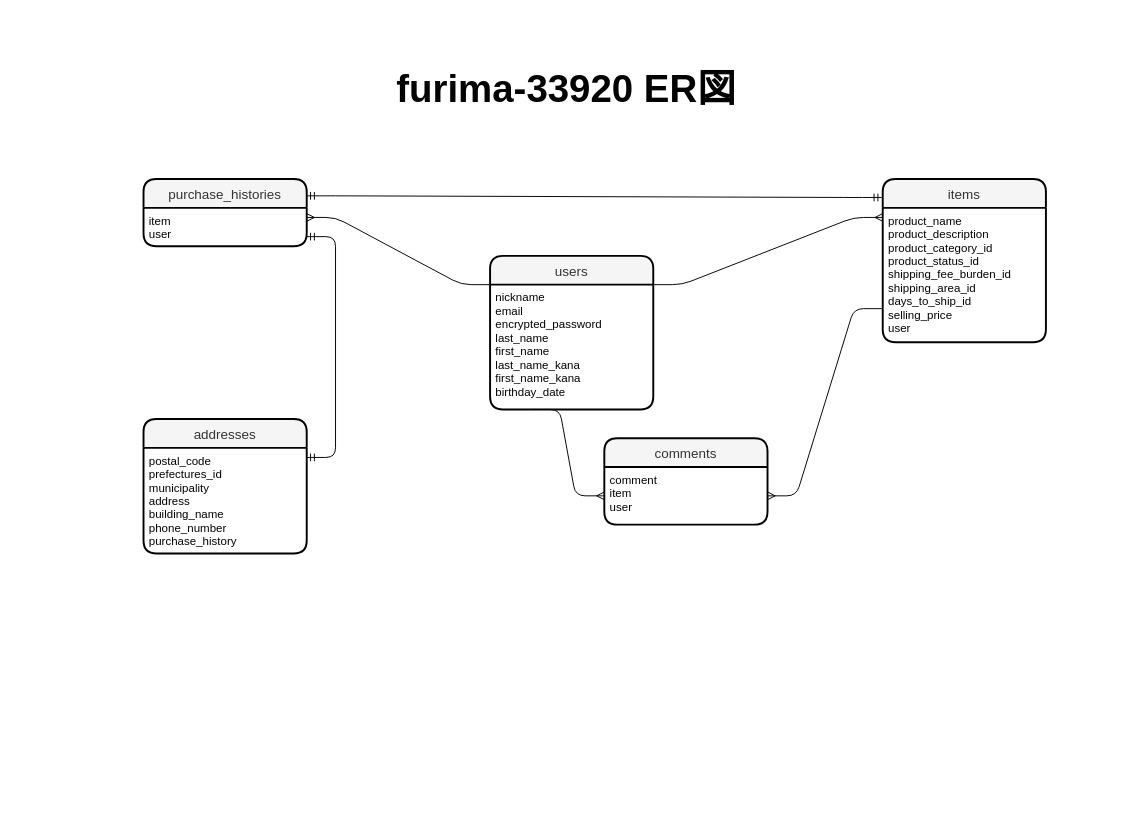
Before: furima-33920.dio in HasuikeTadakatsu/furima-33920, a draw.io diagram. Source tidied: cells renumbered, new cells numbered last; positions are measured from the earlier drawing's top-left corner, leaving out a move shared by most shapes. Both pictures are drawn from the tidied source at 96%, with x=0, y=0 at pixel (16, 16).
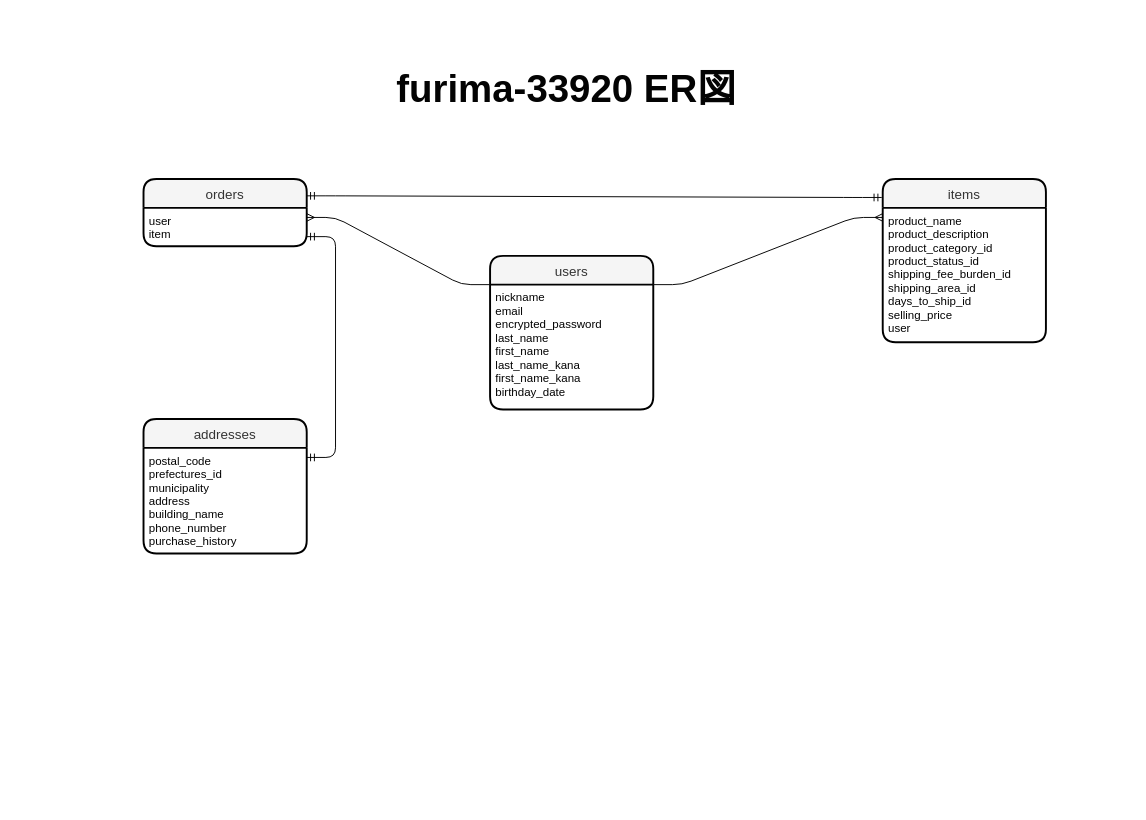
After the change.

Commit message (it also covers changes not shown here):
データベース設計&図面修正

Unchanged cells that the change refers to:
```xml
<mxCell id="4" value="product_name&#10;product_description&#10;product_category_id&#10;product_status_id&#10;shipping_fee_burden_id&#10;shipping_area_id&#10;days_to_ship_id&#10;selling_price&#10;user" style="align=left;strokeColor=none;fillColor=none;spacingLeft=4;fontSize=12;verticalAlign=top;fontColor=#030303;" parent="3" vertex="1">
  <mxGeometry y="30" width="170" height="140" as="geometry" />
</mxCell>
<mxCell id="13" value="nickname&#10;email&#10;encrypted_password&#10;last_name&#10;first_name&#10;last_name_kana&#10;first_name_kana&#10;birthday_date" style="align=left;strokeColor=none;fillColor=none;spacingLeft=4;fontSize=12;verticalAlign=top;fontColor=#030303;" parent="12" vertex="1">
  <mxGeometry y="30" width="170" height="130" as="geometry" />
</mxCell>
```

Change to the diagram source:
```diff
@@
-    <mxCell id="6" value="comments" style="swimlane;horizontal=1;startSize=30;rounded=1;fontSize=14;fontStyle=0;strokeWidth=2;shadow=0;dashed=0;align=center;labelBackgroundColor=none;fillColor=#f5f5f5;fontColor=#333333;strokeColor=#000000;" parent="1" vertex="1">
-      <mxGeometry x="612" y="439" width="170" height="90" as="geometry" />
-    </mxCell>
-    <mxCell id="7" value="comment&#10;item&#10;user" style="align=left;strokeColor=none;fillColor=none;spacingLeft=4;fontSize=12;verticalAlign=top;fontColor=#030303;" parent="6" vertex="1">
-      <mxGeometry y="30" width="170" height="60" as="geometry" />
-    </mxCell>
-    <mxCell id="8" value="purchase_histories" style="swimlane;horizontal=1;startSize=30;rounded=1;fontSize=14;fontStyle=0;strokeWidth=2;shadow=0;dashed=0;align=center;labelBackgroundColor=none;fillColor=#f5f5f5;fontColor=#333333;strokeColor=#000000;" parent="1" vertex="1">
+    <mxCell id="8" value="orders" style="swimlane;horizontal=1;startSize=30;rounded=1;fontSize=14;fontStyle=0;strokeWidth=2;shadow=0;dashed=0;align=center;labelBackgroundColor=none;fillColor=#f5f5f5;fontColor=#333333;strokeColor=#000000;" parent="1" vertex="1">
       <mxGeometry x="132" y="169" width="170" height="70" as="geometry" />
     </mxCell>
-    <mxCell id="9" value="item&#10;user" style="align=left;strokeColor=none;fillColor=none;spacingLeft=4;fontSize=12;verticalAlign=top;fontColor=#030303;" parent="8" vertex="1">
+    <mxCell id="9" value="user&#10;item" style="align=left;strokeColor=none;fillColor=none;spacingLeft=4;fontSize=12;verticalAlign=top;fontColor=#030303;" parent="8" vertex="1">
       <mxGeometry y="30" width="170" height="40" as="geometry" />
     </mxCell>
@@
-    <mxCell id="14" style="edgeStyle=entityRelationEdgeStyle;fontSize=12;html=1;endArrow=ERmany;strokeColor=#000000;entryX=0;entryY=0.5;entryDx=0;entryDy=0;exitX=0.25;exitY=1;exitDx=0;exitDy=0;" parent="1" edge="1" source="13" target="7">
-      <mxGeometry relative="1" as="geometry" />
-    </mxCell>
-    <mxCell id="15" style="edgeStyle=entityRelationEdgeStyle;fontSize=12;html=1;endArrow=ERmany;strokeColor=#000000;entryX=1;entryY=0.5;entryDx=0;entryDy=0;exitX=0;exitY=0.75;exitDx=0;exitDy=0;" parent="1" edge="1" source="4" target="7">
-      <mxGeometry relative="1" as="geometry" />
-    </mxCell>
```
